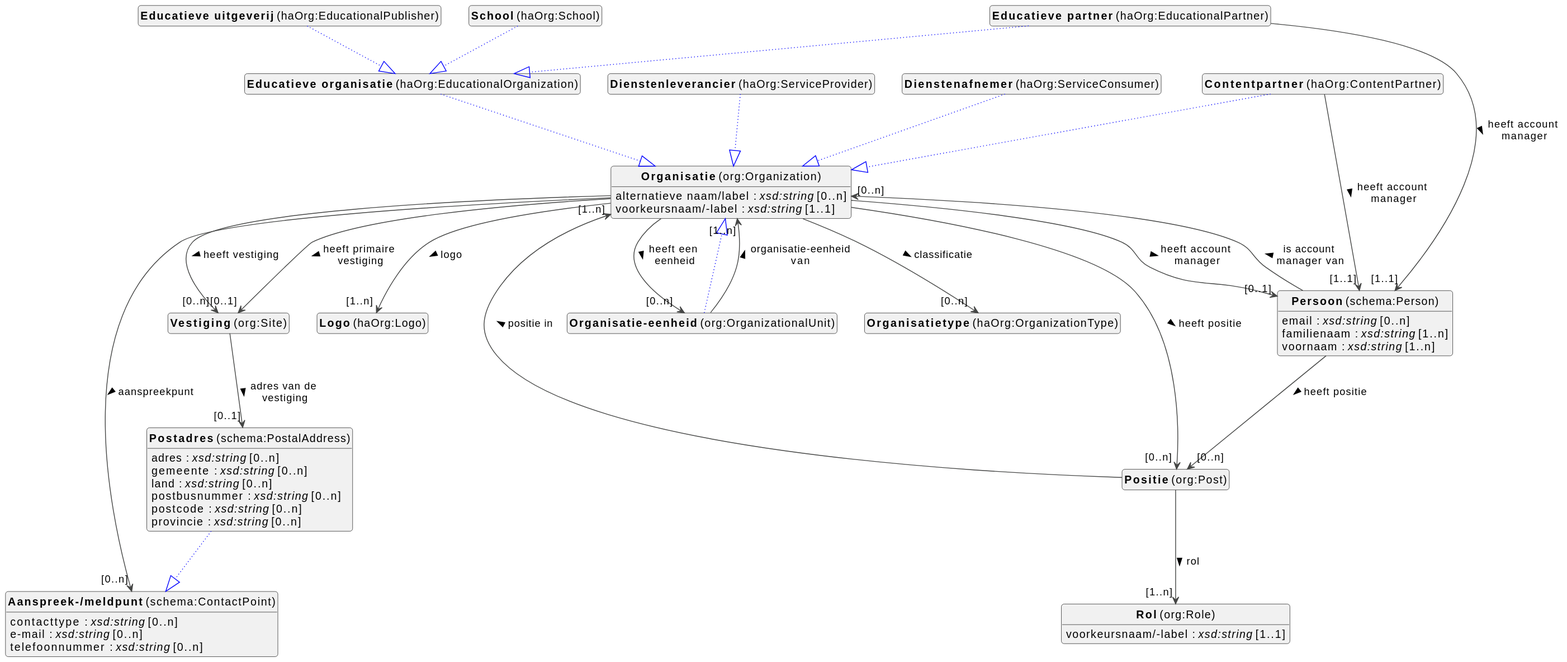
This is docs/metadata/modellen/organization-diagram.svg from viaacode/documentation-jekyll, a PlantUML export, as it was before one commit. Its diagram source:
```plantuml
@startuml
!theme vibrant
skinparam classFontSize 14
!define LIGHTORANGE
skinparam componentStyle uml2
skinparam wrapMessageWidth 100
skinparam shadowing false
skinparam ArrowMessageAlignment left


class "<b>Organisatie</b> (org:Organization)" as org_Organization [[#org%3Aorganization]]
class "<b>Organisatie-eenheid</b> (org:OrganizationalUnit)" as org_OrganizationalUnit [[#org%3Aorganizationalunit]]
class "<b>Contentpartner</b> (haOrg:ContentPartner)" as haOrg_ContentPartner [[#haorg%3Acontentpartner]]
class "<b>Dienstenleverancier</b> (haOrg:ServiceProvider)" as haOrg_ServiceProvider [[#haorg%3Aserviceprovider]]
class "<b>Dienstenafnemer</b> (haOrg:ServiceConsumer)" as haOrg_ServiceConsumer [[#haorg%3Aserviceconsumer]]
class "<b>Educatieve organisatie</b> (haOrg:EducationalOrganization)" as haOrg_EducationalOrganization [[#haorg%3Aeducationalorganization]]
class "<b>Educatieve partner</b> (haOrg:EducationalPartner)" as haOrg_EducationalPartner [[#haorg%3Aeducationalpartner]]
class "<b>Educatieve uitgeverij</b> (haOrg:EducationalPublisher)" as haOrg_EducationalPublisher [[#haorg%3Aeducationalpublisher]]
class "<b>School</b> (haOrg:School)" as haOrg_School [[#haorg%3Aschool]]
class "<b>Vestiging</b> (org:Site)" as org_Site [[#org%3Asite]]
class "<b>Positie</b> (org:Post)" as org_Post [[#org%3Apost]]
class "<b>Rol</b> (org:Role)" as org_Role [[#org%3Arole]]
class "<b>Persoon</b> (schema:Person)" as schema_Person [[#schema%3Aperson]]
class "<b>Postadres</b> (schema:PostalAddress)" as schema_PostalAddress [[#schema%3Apostaladdress]]
class "<b>Aanspreek-/meldpunt</b> (schema:ContactPoint)" as schema_ContactPoint [[#schema%3Acontactpoint]]
class "<b>Logo</b> (haOrg:Logo)" as haOrg_Logo [[#haorg%3Alogo]]
class "<b>Organisatietype</b> (haOrg:OrganizationType)" as haOrg_OrganizationType [[#haorg%3Aorganizationtype]]



org_Organization --> "[0..n]" schema_ContactPoint : aanspreekpunt >
org_Organization : alternatieve naam/label : <i>xsd:string</i> [0..n]



org_Organization --> "[0..n]" haOrg_OrganizationType : classificatie >

org_Organization --> "[0..1]" schema_Person : heeft account manager >

org_Organization --> "[0..n]" org_OrganizationalUnit : heeft een eenheid >

org_Organization --> "[0..n]" org_Post : heeft positie >

org_Organization --> "[0..1]" org_Site : heeft primaire vestiging >

org_Organization --> "[0..n]" org_Site : heeft vestiging >


org_Organization --> "[1..n]" haOrg_Logo : logo >
org_Organization : voorkeursnaam/-label : <i>xsd:string</i> [1..1]


org_OrganizationalUnit --|> org_Organization #blue;line.dotted;text:blue


org_OrganizationalUnit --> "[1..n]" org_Organization : organisatie-eenheid van >

haOrg_ContentPartner --|> org_Organization #blue;line.dotted;text:blue


haOrg_ContentPartner --> "[1..1]" schema_Person : heeft account manager >

haOrg_ServiceProvider --|> org_Organization #blue;line.dotted;text:blue


haOrg_ServiceConsumer --|> org_Organization #blue;line.dotted;text:blue


haOrg_EducationalOrganization --|> org_Organization #blue;line.dotted;text:blue


haOrg_EducationalPartner --|> haOrg_EducationalOrganization #blue;line.dotted;text:blue


haOrg_EducationalPartner --> "[1..1]" schema_Person : heeft account manager >

haOrg_EducationalPublisher --|> haOrg_EducationalOrganization #blue;line.dotted;text:blue


haOrg_School --|> haOrg_EducationalOrganization #blue;line.dotted;text:blue




org_Site --> "[0..1]" schema_PostalAddress : adres van de vestiging >



org_Post --> "[1..n]" org_Organization : positie in >

org_Post --> "[1..n]" org_Role : rol >


org_Role : voorkeursnaam/-label : <i>xsd:string</i> [1..1]



schema_Person : email : <i>xsd:string</i> [0..n]

schema_Person : familienaam : <i>xsd:string</i> [1..n]


schema_Person --> "[0..n]" org_Post : heeft positie >

schema_Person --> "[0..n]" org_Organization : is account manager van >
schema_Person : voornaam : <i>xsd:string</i> [1..n]


schema_PostalAddress --|> schema_ContactPoint #blue;line.dotted;text:blue

schema_PostalAddress : adres : <i>xsd:string</i> [0..n]

schema_PostalAddress : gemeente : <i>xsd:string</i> [0..n]

schema_PostalAddress : land : <i>xsd:string</i> [0..n]

schema_PostalAddress : postbusnummer : <i>xsd:string</i> [0..n]

schema_PostalAddress : postcode : <i>xsd:string</i> [0..n]

schema_PostalAddress : provincie : <i>xsd:string</i> [0..n]



schema_ContactPoint : contacttype : <i>xsd:string</i> [0..n]

schema_ContactPoint : e-mail : <i>xsd:string</i> [0..n]

schema_ContactPoint : telefoonnummer : <i>xsd:string</i> [0..n]







hide circle
hide methods
hide empty members
@enduml
```
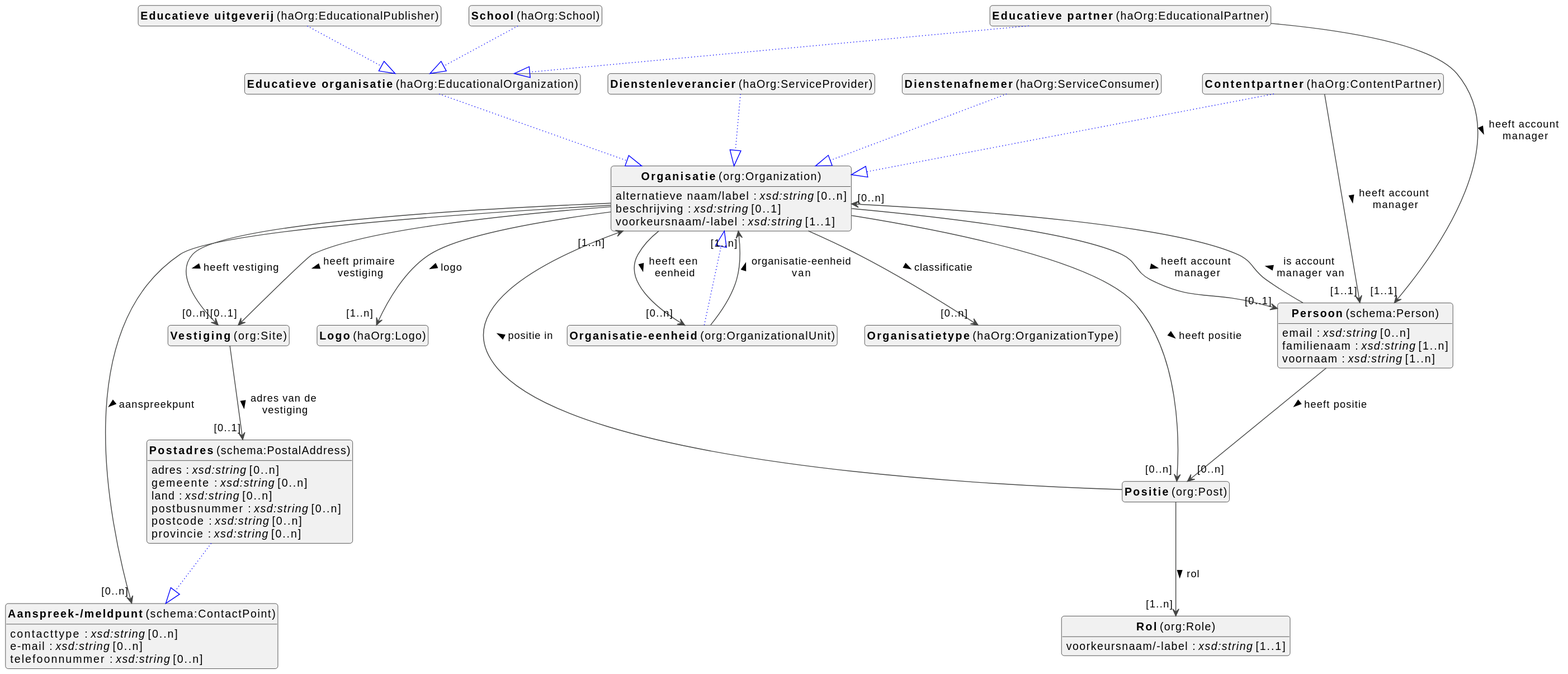
The same file after the commit.

What changed in the source:
```diff
@@ -8,29 +8,30 @@
 skinparam ArrowMessageAlignment left
 
 
-class "<b>Organisatie</b> (org:Organization)" as org_Organization [[#org%3Aorganization]]
-class "<b>Organisatie-eenheid</b> (org:OrganizationalUnit)" as org_OrganizationalUnit [[#org%3Aorganizationalunit]]
-class "<b>Contentpartner</b> (haOrg:ContentPartner)" as haOrg_ContentPartner [[#haorg%3Acontentpartner]]
-class "<b>Dienstenleverancier</b> (haOrg:ServiceProvider)" as haOrg_ServiceProvider [[#haorg%3Aserviceprovider]]
-class "<b>Dienstenafnemer</b> (haOrg:ServiceConsumer)" as haOrg_ServiceConsumer [[#haorg%3Aserviceconsumer]]
-class "<b>Educatieve organisatie</b> (haOrg:EducationalOrganization)" as haOrg_EducationalOrganization [[#haorg%3Aeducationalorganization]]
-class "<b>Educatieve partner</b> (haOrg:EducationalPartner)" as haOrg_EducationalPartner [[#haorg%3Aeducationalpartner]]
-class "<b>Educatieve uitgeverij</b> (haOrg:EducationalPublisher)" as haOrg_EducationalPublisher [[#haorg%3Aeducationalpublisher]]
-class "<b>School</b> (haOrg:School)" as haOrg_School [[#haorg%3Aschool]]
-class "<b>Vestiging</b> (org:Site)" as org_Site [[#org%3Asite]]
-class "<b>Positie</b> (org:Post)" as org_Post [[#org%3Apost]]
-class "<b>Rol</b> (org:Role)" as org_Role [[#org%3Arole]]
-class "<b>Persoon</b> (schema:Person)" as schema_Person [[#schema%3Aperson]]
-class "<b>Postadres</b> (schema:PostalAddress)" as schema_PostalAddress [[#schema%3Apostaladdress]]
-class "<b>Aanspreek-/meldpunt</b> (schema:ContactPoint)" as schema_ContactPoint [[#schema%3Acontactpoint]]
-class "<b>Logo</b> (haOrg:Logo)" as haOrg_Logo [[#haorg%3Alogo]]
-class "<b>Organisatietype</b> (haOrg:OrganizationType)" as haOrg_OrganizationType [[#haorg%3Aorganizationtype]]
+class "<b>Organisatie</b> (org:Organization)" as org_Organization [[#org%3AOrganization]]
+class "<b>Organisatie-eenheid</b> (org:OrganizationalUnit)" as org_OrganizationalUnit [[#org%3AOrganizationalUnit]]
+class "<b>Contentpartner</b> (haOrg:ContentPartner)" as haOrg_ContentPartner [[#haOrg%3AContentPartner]]
+class "<b>Dienstenleverancier</b> (haOrg:ServiceProvider)" as haOrg_ServiceProvider [[#haOrg%3AServiceProvider]]
+class "<b>Dienstenafnemer</b> (haOrg:ServiceConsumer)" as haOrg_ServiceConsumer [[#haOrg%3AServiceConsumer]]
+class "<b>Educatieve organisatie</b> (haOrg:EducationalOrganization)" as haOrg_EducationalOrganization [[#haOrg%3AEducationalOrganization]]
+class "<b>Educatieve partner</b> (haOrg:EducationalPartner)" as haOrg_EducationalPartner [[#haOrg%3AEducationalPartner]]
+class "<b>Educatieve uitgeverij</b> (haOrg:EducationalPublisher)" as haOrg_EducationalPublisher [[#haOrg%3AEducationalPublisher]]
+class "<b>School</b> (haOrg:School)" as haOrg_School [[#haOrg%3ASchool]]
+class "<b>Vestiging</b> (org:Site)" as org_Site [[#org%3ASite]]
+class "<b>Positie</b> (org:Post)" as org_Post [[#org%3APost]]
+class "<b>Rol</b> (org:Role)" as org_Role [[#org%3ARole]]
+class "<b>Persoon</b> (schema:Person)" as schema_Person [[#schema%3APerson]]
+class "<b>Postadres</b> (schema:PostalAddress)" as schema_PostalAddress [[#schema%3APostalAddress]]
+class "<b>Aanspreek-/meldpunt</b> (schema:ContactPoint)" as schema_ContactPoint [[#schema%3AContactPoint]]
+class "<b>Logo</b> (haOrg:Logo)" as haOrg_Logo [[#haOrg%3ALogo]]
+class "<b>Organisatietype</b> (haOrg:OrganizationType)" as haOrg_OrganizationType [[#haOrg%3AOrganizationType]]
 
 
 
 org_Organization --> "[0..n]" schema_ContactPoint : aanspreekpunt >
 org_Organization : alternatieve naam/label : <i>xsd:string</i> [0..n]
 
+org_Organization : beschrijving : <i>xsd:string</i> [0..1]
 
 
 org_Organization --> "[0..n]" haOrg_OrganizationType : classificatie >
```
